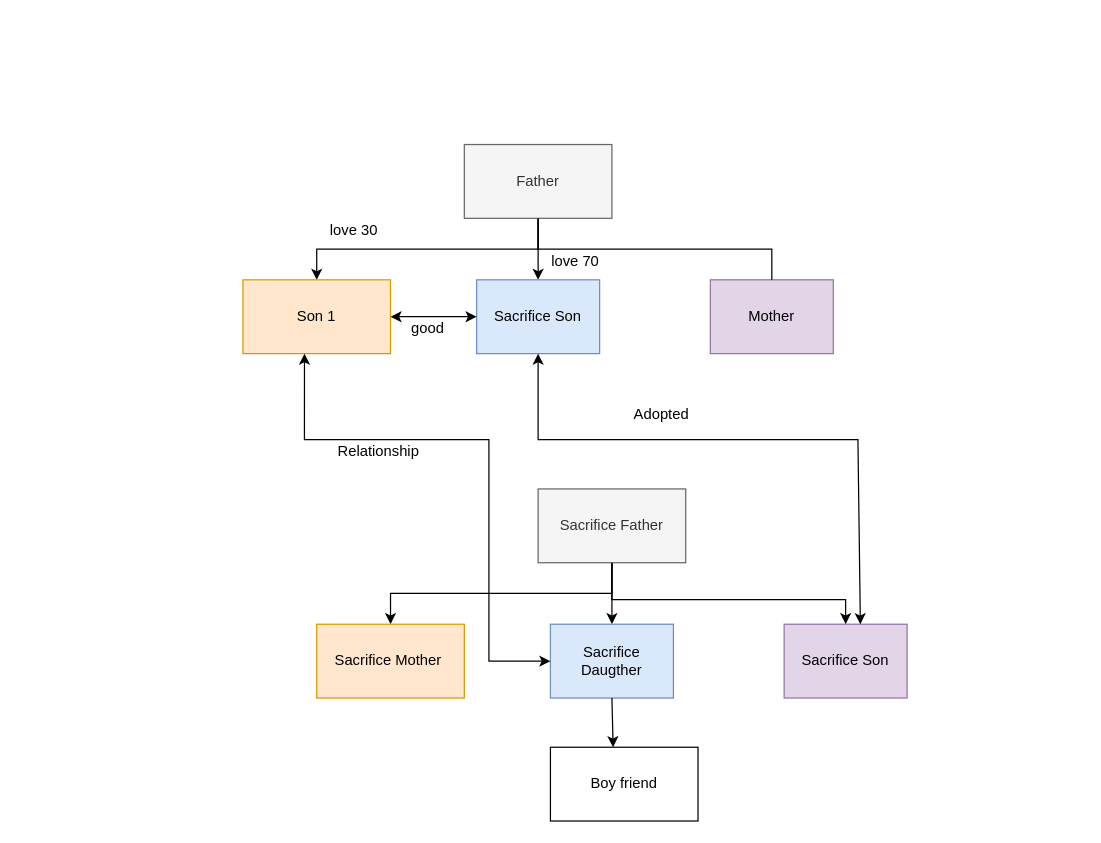
Before: page "Simple tree" (1 of 2) of Untitled Diagram.drawio in sharuk2020/sharuk, a draw.io diagram. Source tidied: cells renumbered, new cells numbered last; positions are measured from the earlier drawing's top-left corner, leaving out a move shared by most shapes. Both pictures are drawn from the tidied source at 123%, with x=0, y=0 at pixel (242, 144).
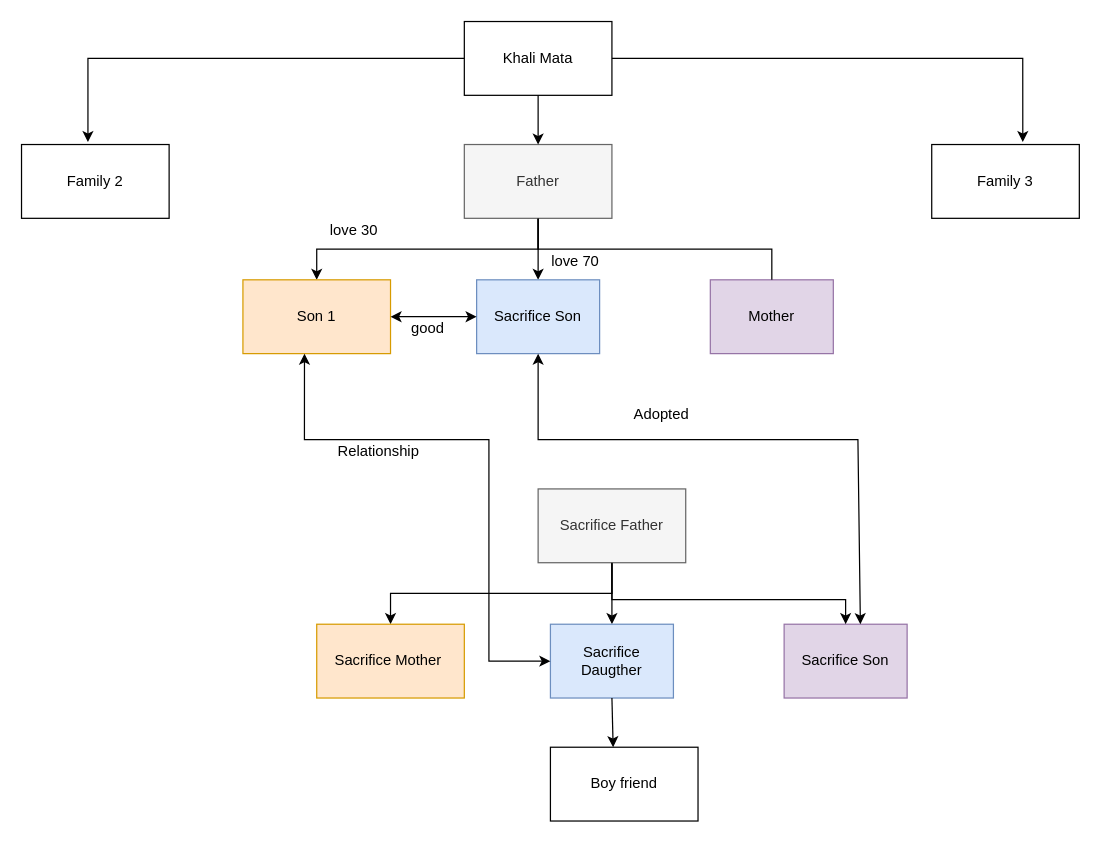
After the change.

Commit message:
family details

The change refers to these unchanged cells:
```xml
<mxCell id="4" value="Father" style="whiteSpace=wrap;html=1;align=center;fillColor=#f5f5f5;strokeColor=#666666;fontColor=#333333;" parent="1" vertex="1">
  <mxGeometry x="180" width="120" height="60" as="geometry" />
</mxCell>
```

Change to the diagram source:
```diff
@@
+    <mxCell id="26" value="Family 2" style="rounded=0;whiteSpace=wrap;html=1;" parent="1" vertex="1">
+      <mxGeometry x="-180" width="120" height="60" as="geometry" />
+    </mxCell>
+    <mxCell id="27" value="Family 3" style="rounded=0;whiteSpace=wrap;html=1;" parent="1" vertex="1">
+      <mxGeometry x="560" width="120" height="60" as="geometry" />
+    </mxCell>
+    <mxCell id="28" value="Khali Mata" style="rounded=0;whiteSpace=wrap;html=1;" parent="1" vertex="1">
+      <mxGeometry x="180" y="-100" width="120" height="60" as="geometry" />
+    </mxCell>
+    <mxCell id="29" style="endArrow=classic;html=1;rounded=0;exitX=0;exitY=0.5;exitDx=0;exitDy=0;entryX=0.45;entryY=-0.033;entryDx=0;entryDy=0;entryPerimeter=0;" parent="1" edge="1" source="28" target="26">
+      <mxGeometry relative="1" as="geometry">
+        <Array as="points">
+          <mxPoint x="-126" y="-70" />
+        </Array>
+      </mxGeometry>
+    </mxCell>
+    <mxCell id="30" style="endArrow=classic;html=1;rounded=0;exitX=1;exitY=0.5;exitDx=0;exitDy=0;entryX=0.617;entryY=-0.033;entryDx=0;entryDy=0;entryPerimeter=0;" parent="1" edge="1" source="28" target="27">
+      <mxGeometry relative="1" as="geometry">
+        <Array as="points">
+          <mxPoint x="634" y="-70" />
+        </Array>
+      </mxGeometry>
+    </mxCell>
+    <mxCell id="31" style="endArrow=classic;html=1;rounded=0;exitX=0.5;exitY=1;exitDx=0;exitDy=0;entryX=0.5;entryY=0;entryDx=0;entryDy=0;" parent="1" edge="1" source="28" target="4">
+      <mxGeometry relative="1" as="geometry" />
+    </mxCell>
```
